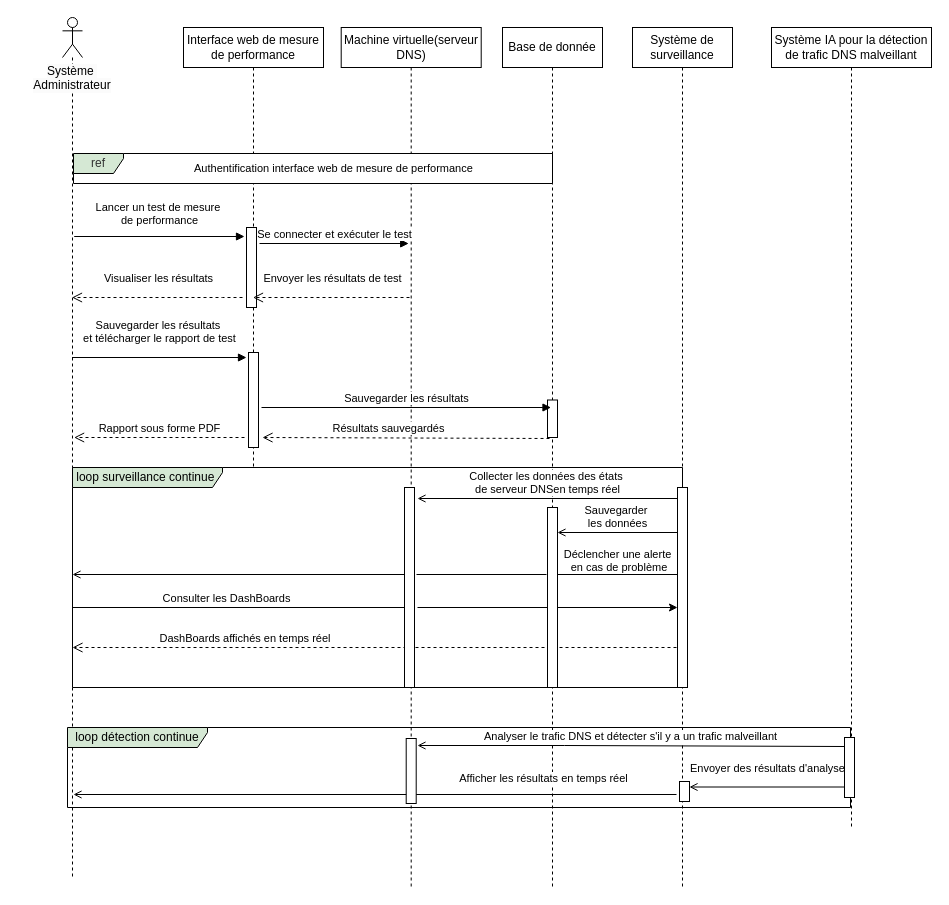
Before: SequenceGlobale.drawio in eya-harbaoui/Diagramms, a draw.io diagram. Source tidied: cells renumbered, new cells numbered last; positions are measured from the earlier drawing's top-left corner, leaving out a move shared by most shapes. Both pictures are drawn from the tidied source at 100%, with x=0, y=0 at pixel (17, 17).
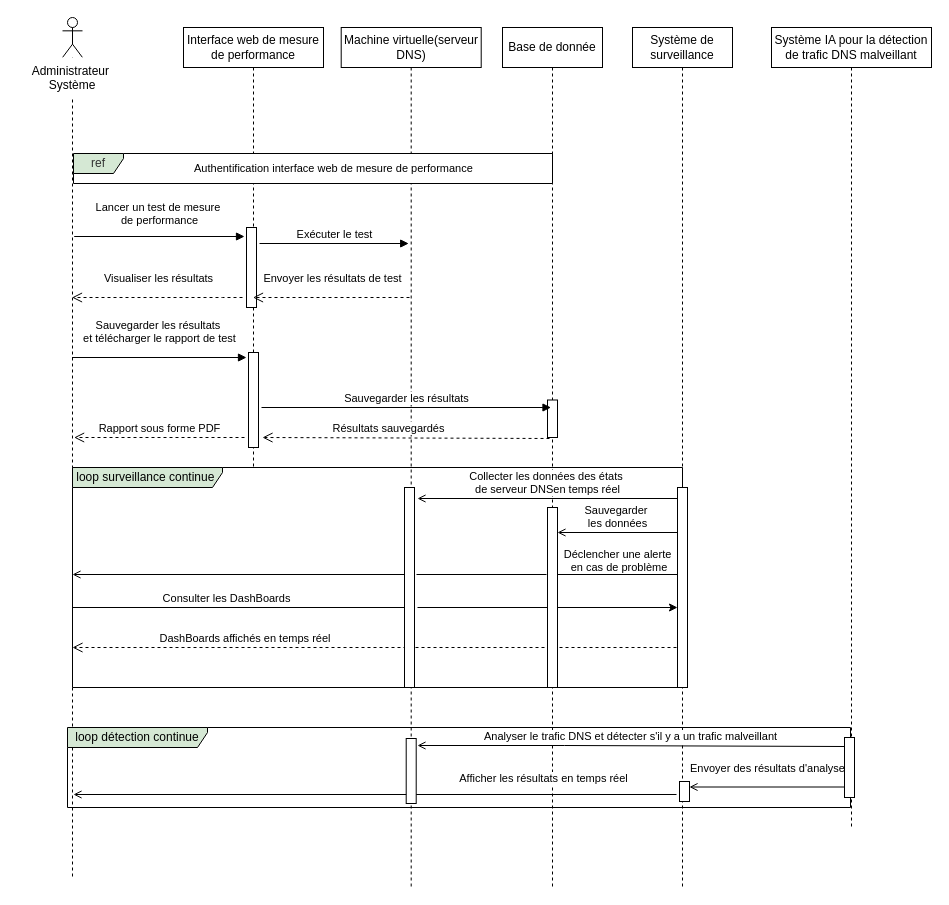
The same diagram, later.

Commit message (it also covers changes not shown here):
Mettre à jour SequenceGlobale.drawio

Unchanged cells that the change refers to:
```xml
<mxCell id="2" style="group;" parent="1" vertex="1">
  <mxGeometry width="914" height="870" as="geometry" />
</mxCell>
```

What changed in the source:
```diff
@@
-    <mxCell id="12" value="&lt;span style=&quot;color: rgb(0, 0, 0); font-family: Helvetica; font-size: 12px; font-style: normal; font-variant-ligatures: normal; font-variant-caps: normal; font-weight: 400; letter-spacing: normal; orphans: 2; text-indent: 0px; text-transform: none; widows: 2; word-spacing: 0px; -webkit-text-stroke-width: 0px; white-space: nowrap; background-color: rgb(251, 251, 251); text-decoration-thickness: initial; text-decoration-style: initial; text-decoration-color: initial; float: none; display: inline !important;&quot;&gt;Système&amp;nbsp;&lt;/span&gt;&lt;div style=&quot;forced-color-adjust: none; color: rgb(0, 0, 0); font-family: Helvetica; font-size: 12px; font-style: normal; font-variant-ligatures: normal; font-variant-caps: normal; font-weight: 400; letter-spacing: normal; orphans: 2; text-indent: 0px; text-transform: none; widows: 2; word-spacing: 0px; -webkit-text-stroke-width: 0px; white-space: nowrap; background-color: rgb(251, 251, 251); text-decoration-thickness: initial; text-decoration-style: initial; text-decoration-color: initial;&quot;&gt;Administrateur&lt;/div&gt;" style="text;whiteSpace=wrap;html=1;align=center;" parent="2" vertex="1">
-      <mxGeometry y="40" width="110" height="50" as="geometry" />
+    <mxCell id="12" value="&lt;span style=&quot;text-wrap: nowrap;&quot;&gt;Administrateur&amp;nbsp;&lt;/span&gt;&lt;div&gt;&lt;span style=&quot;text-wrap: nowrap;&quot;&gt;Système&lt;/span&gt;&lt;/div&gt;" style="text;whiteSpace=wrap;html=1;align=center;fillColor=#FFFFFF;" parent="2" vertex="1">
+      <mxGeometry y="40" width="110" height="40" as="geometry" />
     </mxCell>
@@
-    <mxCell id="14" value="Se connecter et exécuter le test" style="html=1;verticalAlign=bottom;endArrow=block;curved=0;rounded=0;" parent="2" edge="1">
+    <mxCell id="14" value="Exécuter le test" style="html=1;verticalAlign=bottom;endArrow=block;curved=0;rounded=0;" parent="2" edge="1">
       <mxGeometry relative="1" as="geometry">
         <mxPoint x="242" y="226" as="sourcePoint" />
         <mxPoint x="391.2" y="226" as="targetPoint" />
       </mxGeometry>
     </mxCell>
```
